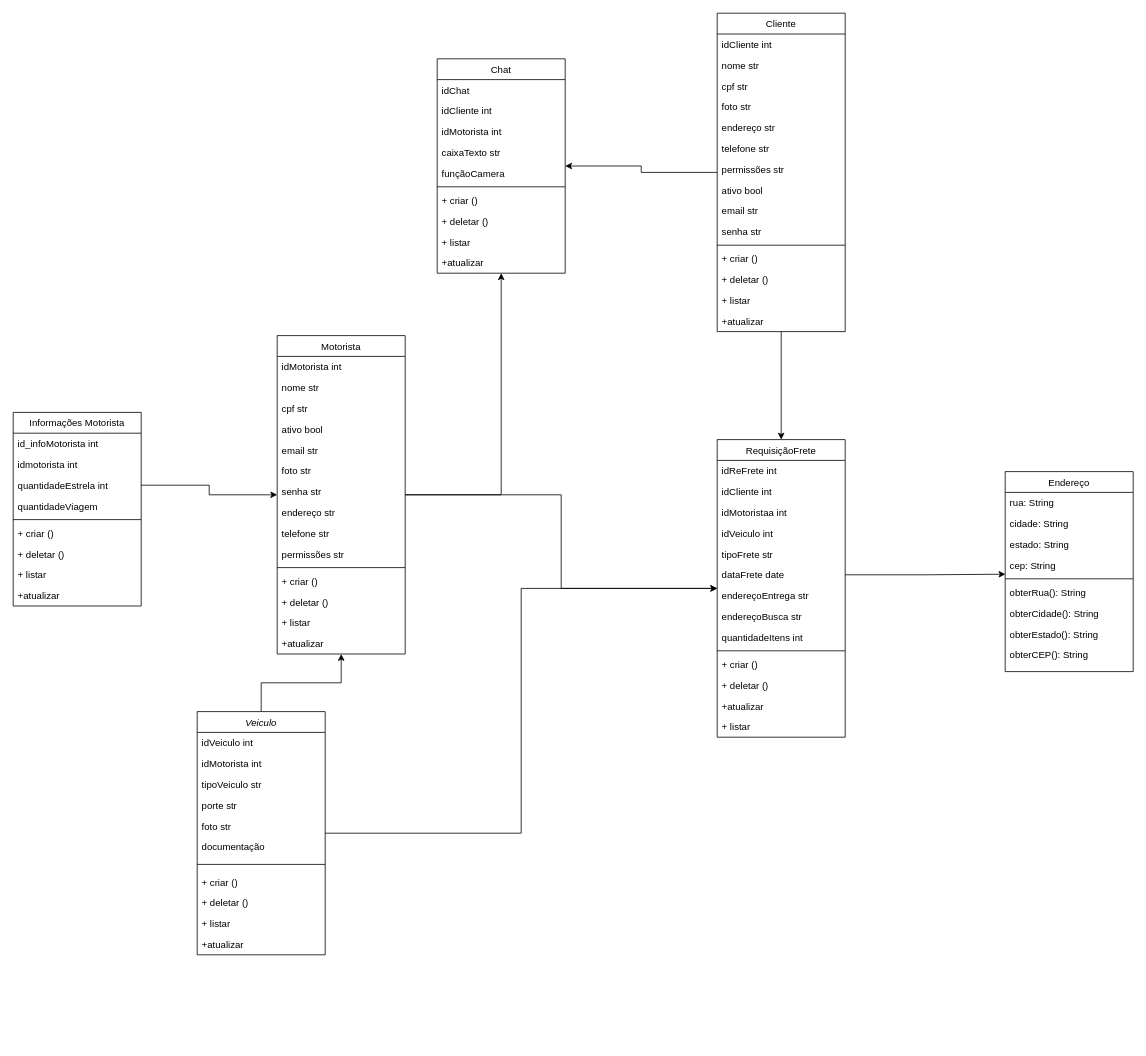
Earlier version of the draw.io diagram Startup.drawio (Chibilski/analisesProjeto). Source tidied: cells renumbered, new cells numbered last; positions are measured from the earlier drawing's top-left corner, leaving out a move shared by most shapes. Both pictures are drawn from the tidied source at 80%, with x=0, y=0 at pixel (13, 13).
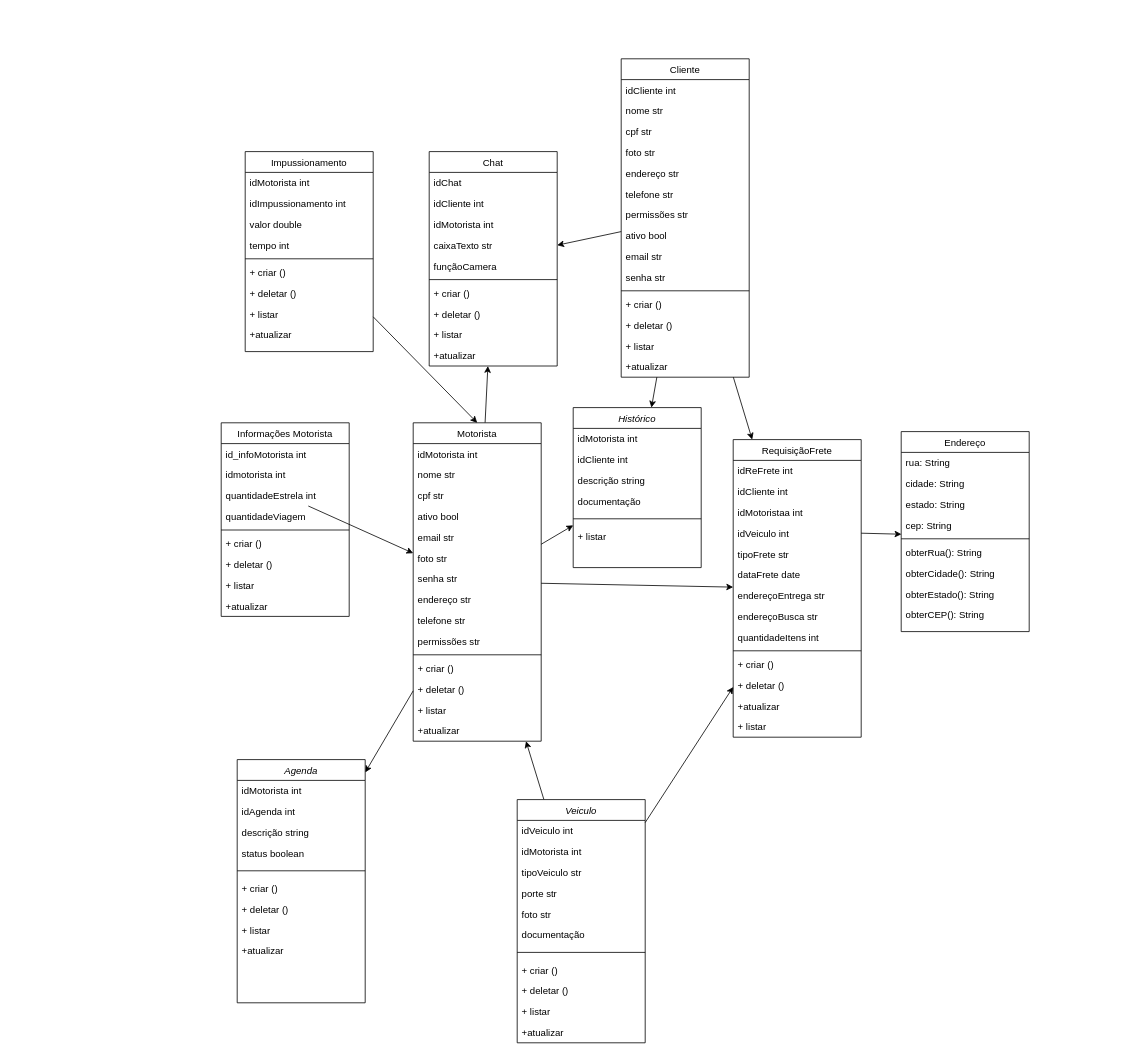
The same diagram, later.

The change refers to these unchanged cells:
```xml
<mxCell id="37" value="quantidadeEstrela int" style="text;align=left;verticalAlign=top;spacingLeft=4;spacingRight=4;overflow=hidden;points=[[0,0.5],[1,0.5]];portConstraint=eastwest;" parent="34" vertex="1">
  <mxGeometry y="78" width="160" height="26" as="geometry" />
</mxCell>
<mxCell id="66" value="idVeiculo int" style="text;align=left;verticalAlign=top;spacingLeft=4;spacingRight=4;overflow=hidden;points=[[0,0.5],[1,0.5]];portConstraint=eastwest;rounded=0;shadow=0;html=0;" parent="62" vertex="1">
  <mxGeometry y="104" width="160" height="26" as="geometry" />
</mxCell>
<mxCell id="68" value="dataFrete date" style="text;align=left;verticalAlign=top;spacingLeft=4;spacingRight=4;overflow=hidden;points=[[0,0.5],[1,0.5]];portConstraint=eastwest;rounded=0;shadow=0;html=0;" parent="62" vertex="1">
  <mxGeometry y="156" width="160" height="26" as="geometry" />
</mxCell>
<mxCell id="93" value="cep: String    " style="text;align=left;verticalAlign=top;spacingLeft=4;spacingRight=4;overflow=hidden;points=[[0,0.5],[1,0.5]];portConstraint=eastwest;rounded=0;shadow=0;html=0;fontStyle=0;" parent="89" vertex="1">
  <mxGeometry y="104" width="160" height="26" as="geometry" />
</mxCell>
```

What changed in the source:
```diff
@@
-    <mxCell id="2" style="edgeStyle=orthogonalEdgeStyle;rounded=0;jettySize=auto;html=1;" parent="1" edge="1" source="4" target="18">
+    <mxCell id="2" style="rounded=0;jettySize=auto;html=1;" parent="1" edge="1" source="4" target="18">
       <mxGeometry relative="1" as="geometry" />
     </mxCell>
-    <mxCell id="3" style="edgeStyle=orthogonalEdgeStyle;rounded=0;jettySize=auto;html=1;" parent="1" edge="1" source="4" target="62">
+    <mxCell id="3" style="rounded=0;jettySize=auto;html=1;" parent="1" edge="1" source="4" target="62">
       <mxGeometry relative="1" as="geometry" />
     </mxCell>
     <mxCell id="4" value="Veiculo" style="swimlane;fontStyle=2;align=center;verticalAlign=top;horizontal=1;startSize=26;rounded=0;shadow=0;strokeWidth=1;" parent="1" vertex="1">
-      <mxGeometry x="230" y="873" width="160" height="304" as="geometry" />
+      <mxGeometry x="630" y="983" width="160" height="304" as="geometry" />
     </mxCell>
@@
-    <mxCell id="16" style="edgeStyle=orthogonalEdgeStyle;rounded=0;jettySize=auto;html=1;" parent="1" edge="1" source="18" target="62">
+    <mxCell id="16" style="rounded=0;jettySize=auto;html=1;" parent="1" edge="1" source="18" target="62">
       <mxGeometry relative="1" as="geometry" />
     </mxCell>
-    <mxCell id="17" style="edgeStyle=orthogonalEdgeStyle;rounded=0;jettySize=auto;html=1;" parent="1" edge="1" source="18" target="77">
+    <mxCell id="17" style="rounded=0;jettySize=auto;html=1;" parent="1" edge="1" source="18" target="77">
       <mxGeometry relative="1" as="geometry" />
     </mxCell>
+    <mxCell id="100" style="rounded=0;jettySize=auto;html=1;" parent="1" edge="1" source="18" target="114">
+      <mxGeometry relative="1" as="geometry" />
+    </mxCell>
+    <mxCell id="101" style="rounded=0;jettySize=auto;html=1;" parent="1" edge="1" source="18" target="121">
+      <mxGeometry relative="1" as="geometry" />
+    </mxCell>
     <mxCell id="18" value="Motorista" style="swimlane;fontStyle=0;align=center;verticalAlign=top;horizontal=1;startSize=26;rounded=0;shadow=0;strokeWidth=1;" parent="1" vertex="1">
-      <mxGeometry x="330" y="403" width="160" height="398" as="geometry" />
+      <mxGeometry x="500" y="512" width="160" height="398" as="geometry" />
     </mxCell>
@@
     <mxCell id="34" value="Informações Motorista" style="swimlane;fontStyle=0;align=center;verticalAlign=top;horizontal=1;startSize=26;rounded=0;shadow=0;strokeWidth=1;" parent="1" vertex="1">
-      <mxGeometry y="499" width="160" height="242" as="geometry" />
+      <mxGeometry x="260" y="512" width="160" height="242" as="geometry" />
     </mxCell>
@@
-    <mxCell id="44" style="edgeStyle=orthogonalEdgeStyle;rounded=0;jettySize=auto;html=1;" parent="1" edge="1" source="46" target="77">
+    <mxCell id="44" style="rounded=0;jettySize=auto;html=1;" parent="1" edge="1" source="46" target="77">
       <mxGeometry relative="1" as="geometry" />
     </mxCell>
-    <mxCell id="45" style="edgeStyle=orthogonalEdgeStyle;rounded=0;jettySize=auto;html=1;" parent="1" edge="1" source="46" target="62">
+    <mxCell id="45" style="rounded=0;jettySize=auto;html=1;" parent="1" edge="1" source="46" target="62">
       <mxGeometry relative="1" as="geometry" />
     </mxCell>
+    <mxCell id="102" style="rounded=0;jettySize=auto;html=1;" parent="1" edge="1" source="46" target="114">
+      <mxGeometry relative="1" as="geometry" />
+    </mxCell>
     <mxCell id="46" value="Cliente" style="swimlane;fontStyle=0;align=center;verticalAlign=top;horizontal=1;startSize=26;rounded=0;shadow=0;strokeWidth=1;" parent="1" vertex="1">
-      <mxGeometry x="880" width="160" height="398" as="geometry" />
+      <mxGeometry x="760" y="57" width="160" height="398" as="geometry" />
     </mxCell>
@@
     <mxCell id="62" value="RequisiçãoFrete" style="swimlane;fontStyle=0;align=center;verticalAlign=top;horizontal=1;startSize=26;rounded=0;shadow=0;strokeWidth=1;" parent="1" vertex="1">
-      <mxGeometry x="880" y="533" width="160" height="372" as="geometry" />
+      <mxGeometry x="900" y="533" width="160" height="372" as="geometry" />
     </mxCell>
@@
     <mxCell id="77" value="Chat" style="swimlane;fontStyle=0;align=center;verticalAlign=top;horizontal=1;startSize=26;rounded=0;shadow=0;strokeWidth=1;" parent="1" vertex="1">
-      <mxGeometry x="530" y="57" width="160" height="268" as="geometry" />
+      <mxGeometry x="520" y="173" width="160" height="268" as="geometry" />
     </mxCell>
@@
-    <mxCell id="88" style="edgeStyle=orthogonalEdgeStyle;rounded=0;jettySize=auto;html=1;" parent="1" edge="1" source="37" target="18">
+    <mxCell id="88" style="rounded=0;jettySize=auto;html=1;" parent="1" edge="1" source="37" target="18">
       <mxGeometry relative="1" as="geometry" />
     </mxCell>
     <mxCell id="89" value="Endereço" style="swimlane;fontStyle=0;align=center;verticalAlign=top;horizontal=1;startSize=26;rounded=0;shadow=0;strokeWidth=1;" parent="1" vertex="1">
-      <mxGeometry x="1240" y="573" width="160" height="250" as="geometry" />
+      <mxGeometry x="1110" y="523" width="160" height="250" as="geometry" />
     </mxCell>
@@
-    <mxCell id="99" style="edgeStyle=orthogonalEdgeStyle;rounded=0;jettySize=auto;html=1;entryX=0.002;entryY=0.933;entryDx=0;entryDy=0;entryPerimeter=0;" parent="1" edge="1" source="68" target="93">
+    <mxCell id="99" style="rounded=0;jettySize=auto;html=1;entryX=0.002;entryY=0.933;entryDx=0;entryDy=0;entryPerimeter=0;exitX=1;exitY=0.5;exitDx=0;exitDy=0;" parent="1" edge="1" source="66" target="93">
       <mxGeometry relative="1" as="geometry" />
     </mxCell>
+    <mxCell id="103" style="rounded=0;jettySize=auto;html=1;entryX=0.5;entryY=0;entryDx=0;entryDy=0;" parent="1" edge="1" source="104" target="18">
+      <mxGeometry relative="1" as="geometry" />
+    </mxCell>
+    <mxCell id="104" value="Impussionamento" style="swimlane;fontStyle=0;align=center;verticalAlign=top;horizontal=1;startSize=26;rounded=0;shadow=0;strokeWidth=1;" parent="1" vertex="1">
+      <mxGeometry x="290" y="173" width="160" height="250" as="geometry" />
+    </mxCell>
+    <mxCell id="105" value="idMotorista int" style="text;align=left;verticalAlign=top;spacingLeft=4;spacingRight=4;overflow=hidden;" parent="104" vertex="1">
+      <mxGeometry y="26" width="160" height="26" as="geometry" />
+    </mxCell>
+    <mxCell id="106" value="idImpussionamento int" style="text;align=left;verticalAlign=top;spacingLeft=4;spacingRight=4;overflow=hidden;rounded=0;shadow=0;html=0;" parent="104" vertex="1">
+      <mxGeometry y="52" width="160" height="26" as="geometry" />
+    </mxCell>
+    <mxCell id="107" value="valor double" style="text;align=left;verticalAlign=top;spacingLeft=4;spacingRight=4;overflow=hidden;rounded=0;shadow=0;html=0;" parent="104" vertex="1">
+      <mxGeometry y="78" width="160" height="26" as="geometry" />
+    </mxCell>
+    <mxCell id="108" value="tempo int" style="text;align=left;verticalAlign=top;spacingLeft=4;spacingRight=4;overflow=hidden;rounded=0;shadow=0;html=0;" parent="104" vertex="1">
+      <mxGeometry y="104" width="160" height="26" as="geometry" />
+    </mxCell>
+    <mxCell id="109" style="line;html=1;strokeWidth=1;align=left;verticalAlign=middle;spacingTop=-1;spacingLeft=3;spacingRight=3;labelPosition=right;" parent="104" vertex="1">
+      <mxGeometry y="130" width="160" height="8" as="geometry" />
+    </mxCell>
+    <mxCell id="110" value="+ criar ()" style="text;align=left;verticalAlign=top;spacingLeft=4;spacingRight=4;overflow=hidden;rounded=0;shadow=0;html=0;" parent="104" vertex="1">
+      <mxGeometry y="138" width="160" height="26" as="geometry" />
+    </mxCell>
+    <mxCell id="111" value="+ deletar ()" style="text;align=left;verticalAlign=top;spacingLeft=4;spacingRight=4;overflow=hidden;rounded=0;shadow=0;html=0;" parent="104" vertex="1">
+      <mxGeometry y="164" width="160" height="26" as="geometry" />
+    </mxCell>
+    <mxCell id="112" value="+ listar" style="text;align=left;verticalAlign=top;spacingLeft=4;spacingRight=4;overflow=hidden;rounded=0;shadow=0;html=0;" parent="104" vertex="1">
+      <mxGeometry y="190" width="160" height="26" as="geometry" />
+    </mxCell>
+    <mxCell id="113" value="+atualizar" style="text;align=left;verticalAlign=top;spacingLeft=4;spacingRight=4;overflow=hidden;rounded=0;shadow=0;html=0;" parent="104" vertex="1">
+      <mxGeometry y="216" width="160" height="26" as="geometry" />
+    </mxCell>
+    <mxCell id="114" value="Histórico" style="swimlane;fontStyle=2;align=center;verticalAlign=top;horizontal=1;startSize=26;rounded=0;shadow=0;strokeWidth=1;" parent="1" vertex="1">
+      <mxGeometry x="700" y="493" width="160" height="200" as="geometry" />
+    </mxCell>
+    <mxCell id="115" value="idMotorista int" style="text;align=left;verticalAlign=top;spacingLeft=4;spacingRight=4;overflow=hidden;" parent="114" vertex="1">
+      <mxGeometry y="26" width="160" height="26" as="geometry" />
+    </mxCell>
+    <mxCell id="116" value="idCliente int" style="text;align=left;verticalAlign=top;spacingLeft=4;spacingRight=4;overflow=hidden;rounded=0;shadow=0;html=0;" parent="114" vertex="1">
+      <mxGeometry y="52" width="160" height="26" as="geometry" />
+    </mxCell>
+    <mxCell id="117" value="descrição string" style="text;align=left;verticalAlign=top;spacingLeft=4;spacingRight=4;overflow=hidden;rounded=0;shadow=0;html=0;" parent="114" vertex="1">
+      <mxGeometry y="78" width="160" height="26" as="geometry" />
+    </mxCell>
+    <mxCell id="118" value="documentação" style="text;align=left;verticalAlign=top;spacingLeft=4;spacingRight=4;overflow=hidden;rounded=0;shadow=0;html=0;" parent="114" vertex="1">
+      <mxGeometry y="104" width="160" height="26" as="geometry" />
+    </mxCell>
+    <mxCell id="119" style="line;html=1;strokeWidth=1;align=left;verticalAlign=middle;spacingTop=-1;spacingLeft=3;spacingRight=3;labelPosition=right;" parent="114" vertex="1">
+      <mxGeometry y="130" width="160" height="18" as="geometry" />
+    </mxCell>
+    <mxCell id="120" value="+ listar" style="text;align=left;verticalAlign=top;spacingLeft=4;spacingRight=4;overflow=hidden;rounded=0;shadow=0;html=0;" parent="114" vertex="1">
+      <mxGeometry y="148" width="160" height="26" as="geometry" />
+    </mxCell>
+    <mxCell id="121" value="Agenda" style="swimlane;fontStyle=2;align=center;verticalAlign=top;horizontal=1;startSize=26;rounded=0;shadow=0;strokeWidth=1;" parent="1" vertex="1">
+      <mxGeometry x="280" y="933" width="160" height="304" as="geometry" />
+    </mxCell>
+    <mxCell id="122" value="idMotorista int" style="text;align=left;verticalAlign=top;spacingLeft=4;spacingRight=4;overflow=hidden;rounded=0;shadow=0;html=0;" parent="121" vertex="1">
+      <mxGeometry y="26" width="160" height="26" as="geometry" />
+    </mxCell>
+    <mxCell id="123" value="idAgenda int" style="text;align=left;verticalAlign=top;spacingLeft=4;spacingRight=4;overflow=hidden;rounded=0;shadow=0;html=0;" parent="121" vertex="1">
+      <mxGeometry y="52" width="160" height="26" as="geometry" />
+    </mxCell>
+    <mxCell id="124" value="descrição string" style="text;align=left;verticalAlign=top;spacingLeft=4;spacingRight=4;overflow=hidden;rounded=0;shadow=0;html=0;" parent="121" vertex="1">
+      <mxGeometry y="78" width="160" height="26" as="geometry" />
+    </mxCell>
+    <mxCell id="125" value="status boolean" style="text;align=left;verticalAlign=top;spacingLeft=4;spacingRight=4;overflow=hidden;rounded=0;shadow=0;html=0;" parent="121" vertex="1">
+      <mxGeometry y="104" width="160" height="26" as="geometry" />
+    </mxCell>
+    <mxCell id="126" style="line;html=1;strokeWidth=1;align=left;verticalAlign=middle;spacingTop=-1;spacingLeft=3;spacingRight=3;labelPosition=right;" parent="121" vertex="1">
+      <mxGeometry y="130" width="160" height="18" as="geometry" />
+    </mxCell>
+    <mxCell id="127" value="+ criar ()" style="text;align=left;verticalAlign=top;spacingLeft=4;spacingRight=4;overflow=hidden;rounded=0;shadow=0;html=0;" parent="121" vertex="1">
+      <mxGeometry y="148" width="160" height="26" as="geometry" />
+    </mxCell>
+    <mxCell id="128" value="+ deletar ()" style="text;align=left;verticalAlign=top;spacingLeft=4;spacingRight=4;overflow=hidden;rounded=0;shadow=0;html=0;" parent="121" vertex="1">
+      <mxGeometry y="174" width="160" height="26" as="geometry" />
+    </mxCell>
+    <mxCell id="129" value="+ listar" style="text;align=left;verticalAlign=top;spacingLeft=4;spacingRight=4;overflow=hidden;rounded=0;shadow=0;html=0;" parent="121" vertex="1">
+      <mxGeometry y="200" width="160" height="26" as="geometry" />
+    </mxCell>
+    <mxCell id="130" value="+atualizar" style="text;align=left;verticalAlign=top;spacingLeft=4;spacingRight=4;overflow=hidden;rounded=0;shadow=0;html=0;" parent="121" vertex="1">
+      <mxGeometry y="226" width="160" height="26" as="geometry" />
+    </mxCell>
```
